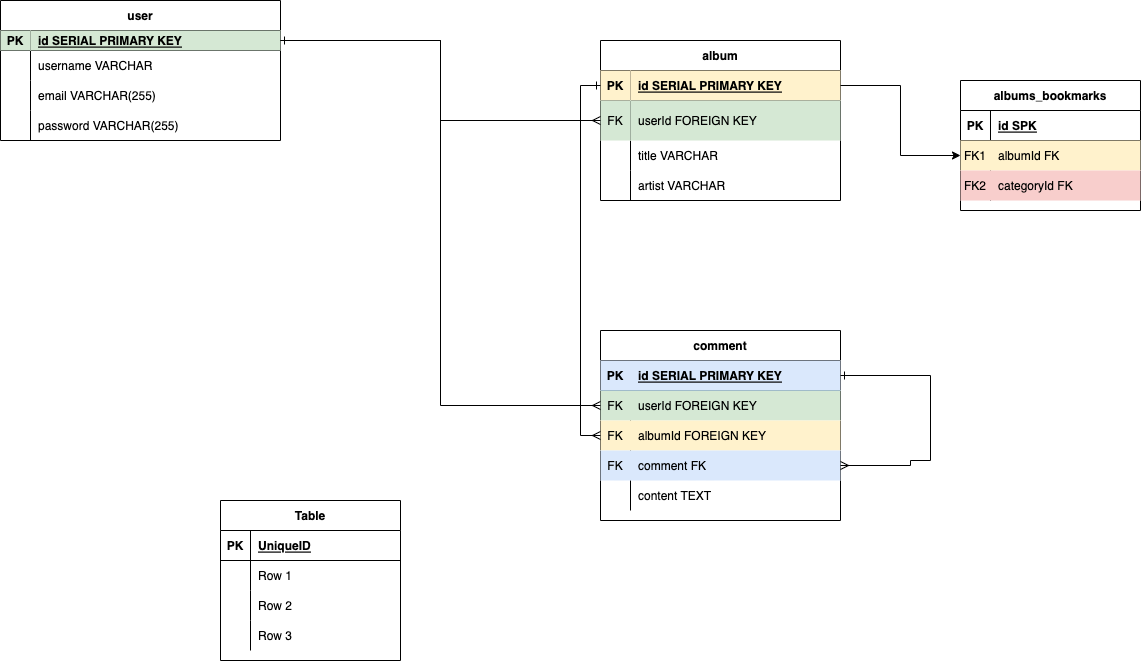
This is Copy of Untitled Diagram.drawio.png from zbrose/side-side, a draw.io export, as it was before one commit. Source tidied: cells renumbered, new cells last; positions are measured from the earlier drawing's top-left corner, leaving out a move shared by most shapes.
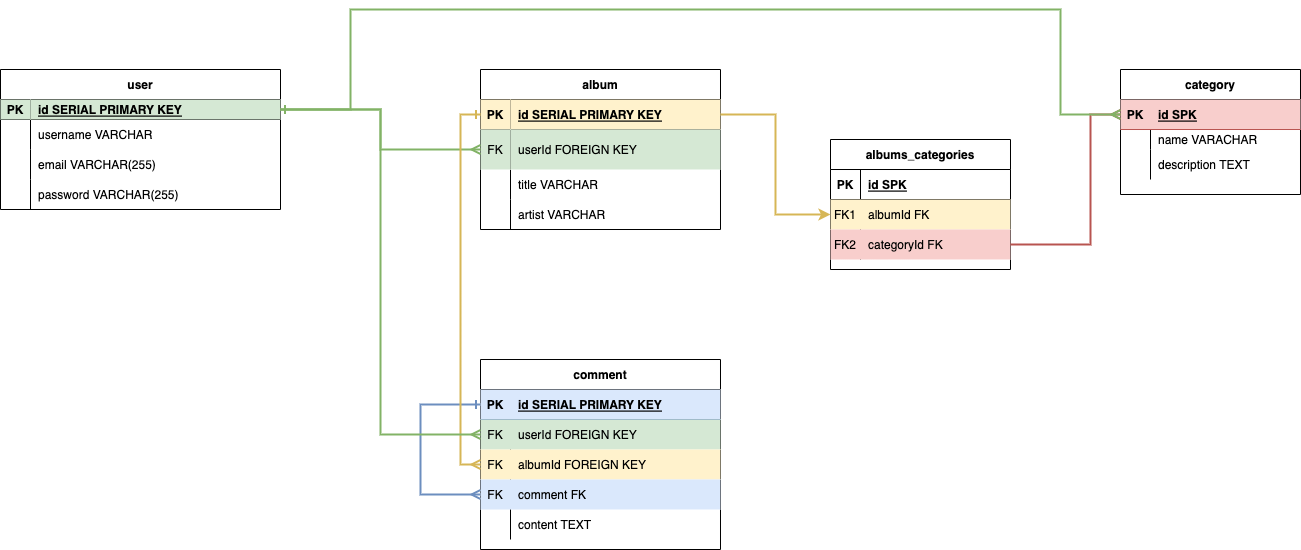
The same file after the commit.

Change to the diagram source:
```diff
@@ -3,7 +3,7 @@
     <mxCell id="0" />
     <mxCell id="1" parent="0" />
     <mxCell id="2" value="user" style="shape=table;startSize=30;rowLines=0;fontStyle=1;align=center;" parent="1" vertex="1">
-      <mxGeometry width="280" height="140" as="geometry" />
+      <mxGeometry x="120" y="40" width="280" height="140" as="geometry" />
     </mxCell>
     <mxCell id="3" style="shape=tableRow;horizontal=0;startSize=0;swimlaneHead=0;swimlaneBody=0;fillColor=none;points=[[0,0.5],[1,0.5]];portConstraint=eastwest;top=0;left=0;right=0;bottom=1;" parent="2" vertex="1">
       <mxGeometry y="30" width="280" height="20" as="geometry" />
@@ -83,6 +83,14 @@
     <mxCell id="28" value="comment" style="shape=table;startSize=30;rowLines=0;fontStyle=1;align=center;" parent="1" vertex="1">
       <mxGeometry x="600" y="330" width="240" height="190" as="geometry" />
     </mxCell>
+    <mxCell id="44" style="edgeStyle=orthogonalEdgeStyle;rounded=0;jettySize=auto;html=1;entryX=0;entryY=0.5;entryDx=0;entryDy=0;startArrow=ERone;startFill=0;endArrow=ERmany;endFill=0;fillColor=#dae8fc;strokeColor=#6c8ebf;strokeWidth=2;" parent="28" edge="1" source="29" target="38">
+      <mxGeometry relative="1" as="geometry">
+        <Array as="points">
+          <mxPoint x="-60" y="45" />
+          <mxPoint x="-60" y="135" />
+        </Array>
+      </mxGeometry>
+    </mxCell>
     <mxCell id="29" style="shape=tableRow;horizontal=0;startSize=0;swimlaneHead=0;swimlaneBody=0;fillColor=#dae8fc;points=[[0,0.5],[1,0.5]];portConstraint=eastwest;top=0;left=0;right=0;bottom=1;strokeColor=#6c8ebf;" parent="28" vertex="1">
       <mxGeometry y="30" width="240" height="30" as="geometry" />
     </mxCell>
@@ -128,27 +136,47 @@
     <mxCell id="43" value="content TEXT" style="shape=partialRectangle;fillColor=none;top=0;left=0;bottom=0;right=0;align=left;spacingLeft=6;overflow=hidden;" parent="41" vertex="1">
       <mxGeometry x="30" width="210" height="30" as="geometry" />
     </mxCell>
-    <mxCell id="44" style="edgeStyle=orthogonalEdgeStyle;rounded=0;jettySize=auto;html=1;startArrow=ERone;startFill=0;endArrow=ERmany;endFill=0;entryX=1;entryY=0.5;entryDx=0;entryDy=0;" parent="28" edge="1" source="29" target="38">
-      <mxGeometry relative="1" as="geometry">
-        <Array as="points">
-          <mxPoint x="330" y="45" />
-          <mxPoint x="330" y="130" />
-          <mxPoint x="310" y="130" />
-          <mxPoint x="310" y="135" />
-        </Array>
-      </mxGeometry>
-    </mxCell>
+    <mxCell id="72" value="category" style="shape=table;startSize=30;rowLines=0;fontStyle=1;align=center;" parent="1" vertex="1">
+      <mxGeometry x="1240" y="40" width="180" height="125" as="geometry" />
+    </mxCell>
+    <mxCell id="73" style="shape=tableRow;horizontal=0;startSize=0;swimlaneHead=0;swimlaneBody=0;fillColor=#f8cecc;points=[[0,0.5],[1,0.5]];portConstraint=eastwest;top=0;left=0;right=0;bottom=1;strokeColor=#b85450;" parent="72" vertex="1">
+      <mxGeometry y="30" width="180" height="30" as="geometry" />
+    </mxCell>
+    <mxCell id="61" value="PK" style="shape=partialRectangle;fillColor=none;top=0;left=0;bottom=0;right=0;fontStyle=1;overflow=hidden;" parent="73" vertex="1">
+      <mxGeometry width="30" height="30" as="geometry" />
+    </mxCell>
+    <mxCell id="74" value="id SPK" style="shape=partialRectangle;fillColor=none;top=0;left=0;bottom=0;right=0;align=left;spacingLeft=6;fontStyle=5;overflow=hidden;" parent="73" vertex="1">
+      <mxGeometry x="30" width="150" height="30" as="geometry" />
+    </mxCell>
+    <mxCell id="75" style="shape=tableRow;horizontal=0;startSize=0;swimlaneHead=0;swimlaneBody=0;fillColor=none;top=0;left=0;right=0;bottom=0;" parent="72" vertex="1">
+      <mxGeometry y="60" width="180" height="20" as="geometry" />
+    </mxCell>
+    <mxCell id="76" style="shape=partialRectangle;fillColor=none;top=0;left=0;bottom=0;right=0;overflow=hidden;" parent="75" vertex="1">
+      <mxGeometry width="30" height="20" as="geometry" />
+    </mxCell>
+    <mxCell id="77" value="name VARACHAR" style="shape=partialRectangle;fillColor=none;top=0;left=0;bottom=0;right=0;align=left;spacingLeft=6;overflow=hidden;" parent="75" vertex="1">
+      <mxGeometry x="30" width="150" height="20" as="geometry" />
+    </mxCell>
+    <mxCell id="78" style="shape=tableRow;horizontal=0;startSize=0;swimlaneHead=0;swimlaneBody=0;fillColor=none;top=0;left=0;right=0;bottom=0;" parent="72" vertex="1">
+      <mxGeometry y="80" width="180" height="30" as="geometry" />
+    </mxCell>
+    <mxCell id="79" style="shape=partialRectangle;fillColor=none;top=0;left=0;bottom=0;right=0;fontStyle=0;overflow=hidden;" parent="78" vertex="1">
+      <mxGeometry width="30" height="30" as="geometry" />
+    </mxCell>
+    <mxCell id="80" value="description TEXT" style="shape=partialRectangle;fillColor=none;top=0;left=0;bottom=0;right=0;align=left;spacingLeft=6;fontStyle=0;overflow=hidden;" parent="78" vertex="1">
+      <mxGeometry x="30" width="150" height="30" as="geometry" />
+    </mxCell>
-    <mxCell id="45" style="edgeStyle=orthogonalEdgeStyle;rounded=0;jettySize=auto;html=1;entryX=0;entryY=0.5;entryDx=0;entryDy=0;endArrow=ERmany;endFill=0;" parent="1" edge="1" source="3" target="19">
+    <mxCell id="45" style="edgeStyle=orthogonalEdgeStyle;rounded=0;jettySize=auto;html=1;entryX=0;entryY=0.5;entryDx=0;entryDy=0;endArrow=ERmany;endFill=0;strokeWidth=2;fillColor=#d5e8d4;strokeColor=#82b366;" parent="1" edge="1" source="3" target="19">
       <mxGeometry relative="1" as="geometry" />
     </mxCell>
-    <mxCell id="46" style="edgeStyle=orthogonalEdgeStyle;rounded=0;jettySize=auto;html=1;entryX=0;entryY=0.5;entryDx=0;entryDy=0;startArrow=ERone;startFill=0;endArrow=ERmany;endFill=0;" parent="1" edge="1" source="16" target="35">
+    <mxCell id="46" style="edgeStyle=orthogonalEdgeStyle;rounded=0;jettySize=auto;html=1;entryX=0;entryY=0.5;entryDx=0;entryDy=0;startArrow=ERone;startFill=0;endArrow=ERmany;endFill=0;fillColor=#fff2cc;strokeColor=#d6b656;strokeWidth=2;" parent="1" edge="1" source="16" target="35">
       <mxGeometry relative="1" as="geometry" />
     </mxCell>
-    <mxCell id="47" style="edgeStyle=orthogonalEdgeStyle;rounded=0;jettySize=auto;html=1;entryX=0;entryY=0.5;entryDx=0;entryDy=0;startArrow=ERone;startFill=0;endArrow=ERmany;endFill=0;" parent="1" edge="1" source="3" target="32">
+    <mxCell id="47" style="edgeStyle=orthogonalEdgeStyle;rounded=0;jettySize=auto;html=1;entryX=0;entryY=0.5;entryDx=0;entryDy=0;startArrow=ERone;startFill=0;endArrow=ERmany;endFill=0;fillColor=#d5e8d4;strokeColor=#82b366;strokeWidth=2;" parent="1" edge="1" source="3" target="32">
       <mxGeometry relative="1" as="geometry" />
     </mxCell>
-    <mxCell id="48" value="albums_bookmarks" style="shape=table;startSize=30;rowLines=0;fontStyle=1;align=center;" parent="1" vertex="1">
-      <mxGeometry x="960" y="80" width="180" height="130" as="geometry" />
+    <mxCell id="48" value="albums_categories" style="shape=table;startSize=30;rowLines=0;fontStyle=1;align=center;" parent="1" vertex="1">
+      <mxGeometry x="950" y="110" width="180" height="130" as="geometry" />
     </mxCell>
     <mxCell id="49" style="shape=tableRow;horizontal=0;startSize=0;swimlaneHead=0;swimlaneBody=0;fillColor=none;top=0;left=0;right=0;bottom=1;" parent="48" vertex="1">
       <mxGeometry y="30" width="180" height="30" as="geometry" />
@@ -177,47 +205,26 @@
     <mxCell id="57" value="categoryId FK" style="shape=partialRectangle;fillColor=none;top=0;left=0;bottom=0;right=0;align=left;spacingLeft=6;fontStyle=0;overflow=hidden;" parent="55" vertex="1">
       <mxGeometry x="30" width="150" height="30" as="geometry" />
     </mxCell>
-    <mxCell id="58" style="edgeStyle=orthogonalEdgeStyle;rounded=0;jettySize=auto;html=1;entryX=0;entryY=0.5;entryDx=0;entryDy=0;" parent="1" edge="1" source="16" target="52">
+    <mxCell id="58" style="edgeStyle=orthogonalEdgeStyle;rounded=0;jettySize=auto;html=1;entryX=0;entryY=0.5;entryDx=0;entryDy=0;fillColor=#fff2cc;strokeColor=#d6b656;strokeWidth=2;" parent="1" edge="1" source="16" target="52">
       <mxGeometry relative="1" as="geometry" />
     </mxCell>
-    <mxCell id="59" value="Table" style="shape=table;startSize=30;rowLines=0;fontStyle=1;align=center;" parent="1" vertex="1">
-      <mxGeometry x="220" y="500" width="180" height="160" as="geometry" />
-    </mxCell>
-    <mxCell id="60" style="shape=tableRow;horizontal=0;startSize=0;swimlaneHead=0;swimlaneBody=0;fillColor=none;top=0;left=0;right=0;bottom=1;" parent="59" vertex="1">
-      <mxGeometry y="30" width="180" height="30" as="geometry" />
-    </mxCell>
-    <mxCell id="61" value="PK" style="shape=partialRectangle;fillColor=none;top=0;left=0;bottom=0;right=0;fontStyle=1;overflow=hidden;" parent="60" vertex="1">
-      <mxGeometry width="30" height="30" as="geometry" />
-    </mxCell>
-    <mxCell id="62" value="UniqueID" style="shape=partialRectangle;fillColor=none;top=0;left=0;bottom=0;right=0;align=left;spacingLeft=6;fontStyle=5;overflow=hidden;" parent="60" vertex="1">
-      <mxGeometry x="30" width="150" height="30" as="geometry" />
-    </mxCell>
-    <mxCell id="63" style="shape=tableRow;horizontal=0;startSize=0;swimlaneHead=0;swimlaneBody=0;fillColor=none;top=0;left=0;right=0;bottom=0;" parent="59" vertex="1">
-      <mxGeometry y="60" width="180" height="30" as="geometry" />
-    </mxCell>
-    <mxCell id="64" style="shape=partialRectangle;fillColor=none;top=0;left=0;bottom=0;right=0;overflow=hidden;" parent="63" vertex="1">
-      <mxGeometry width="30" height="30" as="geometry" />
-    </mxCell>
-    <mxCell id="65" value="Row 1" style="shape=partialRectangle;fillColor=none;top=0;left=0;bottom=0;right=0;align=left;spacingLeft=6;overflow=hidden;" parent="63" vertex="1">
-      <mxGeometry x="30" width="150" height="30" as="geometry" />
-    </mxCell>
-    <mxCell id="66" style="shape=tableRow;horizontal=0;startSize=0;swimlaneHead=0;swimlaneBody=0;fillColor=none;top=0;left=0;right=0;bottom=0;" parent="59" vertex="1">
-      <mxGeometry y="90" width="180" height="30" as="geometry" />
-    </mxCell>
-    <mxCell id="67" style="shape=partialRectangle;fillColor=none;top=0;left=0;bottom=0;right=0;overflow=hidden;" parent="66" vertex="1">
-      <mxGeometry width="30" height="30" as="geometry" />
-    </mxCell>
-    <mxCell id="68" value="Row 2" style="shape=partialRectangle;fillColor=none;top=0;left=0;bottom=0;right=0;align=left;spacingLeft=6;overflow=hidden;" parent="66" vertex="1">
-      <mxGeometry x="30" width="150" height="30" as="geometry" />
-    </mxCell>
-    <mxCell id="69" style="shape=tableRow;horizontal=0;startSize=0;swimlaneHead=0;swimlaneBody=0;fillColor=none;top=0;left=0;right=0;bottom=0;" parent="59" vertex="1">
-      <mxGeometry y="120" width="180" height="30" as="geometry" />
-    </mxCell>
-    <mxCell id="70" style="shape=partialRectangle;fillColor=none;top=0;left=0;bottom=0;right=0;overflow=hidden;" parent="69" vertex="1">
-      <mxGeometry width="30" height="30" as="geometry" />
-    </mxCell>
-    <mxCell id="71" value="Row 3" style="shape=partialRectangle;fillColor=none;top=0;left=0;bottom=0;right=0;align=left;spacingLeft=6;overflow=hidden;" parent="69" vertex="1">
-      <mxGeometry x="30" width="150" height="30" as="geometry" />
-    </mxCell>
+    <mxCell id="81" style="edgeStyle=orthogonalEdgeStyle;rounded=0;jettySize=auto;html=1;entryX=0;entryY=0.5;entryDx=0;entryDy=0;endArrow=ERmany;endFill=0;fillColor=#f8cecc;strokeColor=#b85450;strokeWidth=2;" parent="1" edge="1" source="55" target="73">
+      <mxGeometry relative="1" as="geometry">
+        <Array as="points">
+          <mxPoint x="1210" y="215" />
+          <mxPoint x="1210" y="85" />
+        </Array>
+      </mxGeometry>
+    </mxCell>
+    <mxCell id="82" style="edgeStyle=orthogonalEdgeStyle;rounded=0;jettySize=auto;html=1;entryX=0;entryY=0.5;entryDx=0;entryDy=0;startArrow=ERone;startFill=0;endArrow=ERmany;endFill=0;fillColor=#d5e8d4;strokeColor=#82b366;strokeWidth=2;" parent="1" edge="1" source="3" target="73">
+      <mxGeometry relative="1" as="geometry">
+        <Array as="points">
+          <mxPoint x="470" y="80" />
+          <mxPoint x="470" y="-20" />
+          <mxPoint x="1180" y="-20" />
+          <mxPoint x="1180" y="85" />
+        </Array>
+      </mxGeometry>
+    </mxCell>
   </root>
 </mxGraphModel>
```
